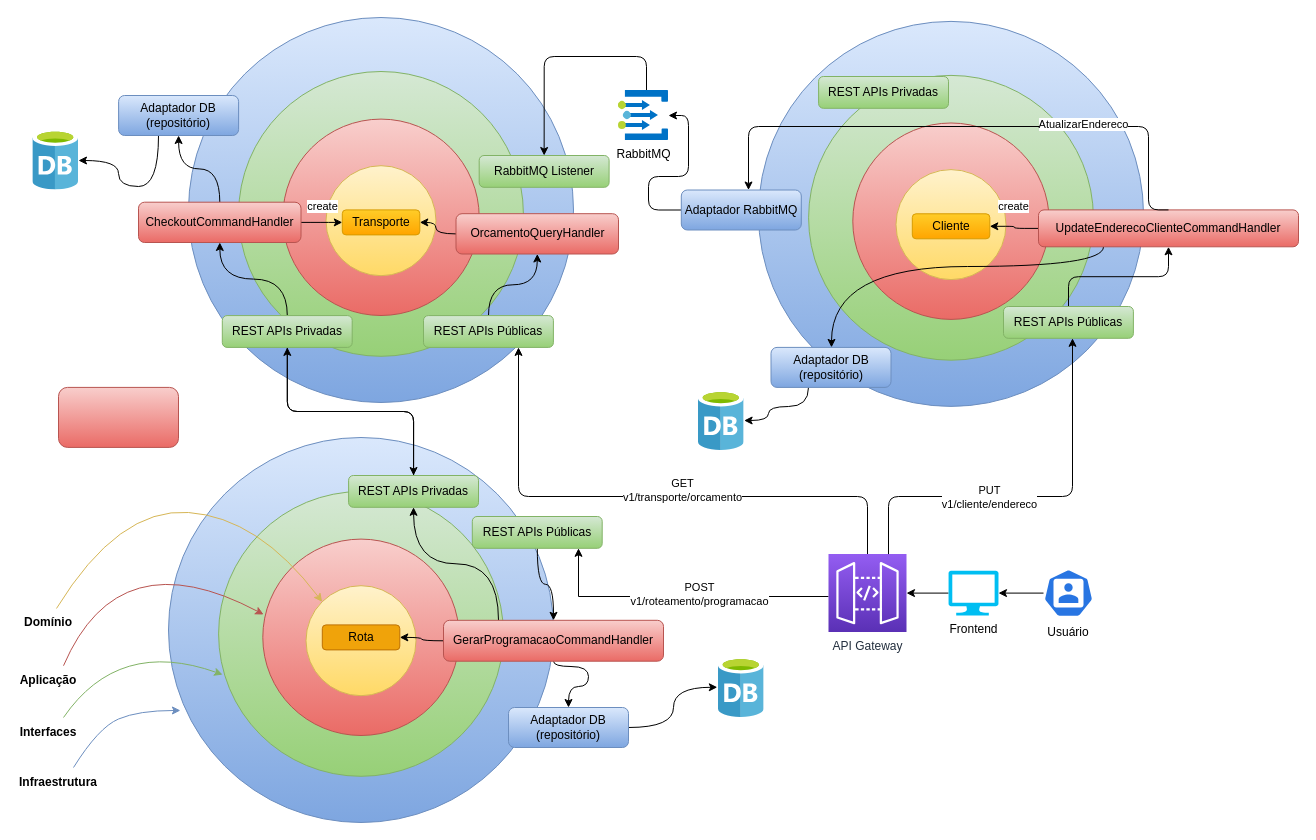
Before: Untitled Diagram.drawio in sandromendes/boaentrega, a draw.io diagram. Source tidied: cells renumbered, new cells numbered last; positions are measured from the earlier drawing's top-left corner, leaving out a move shared by most shapes. Both pictures are drawn from the tidied source at 100%, with x=0, y=0 at pixel (18, 17).
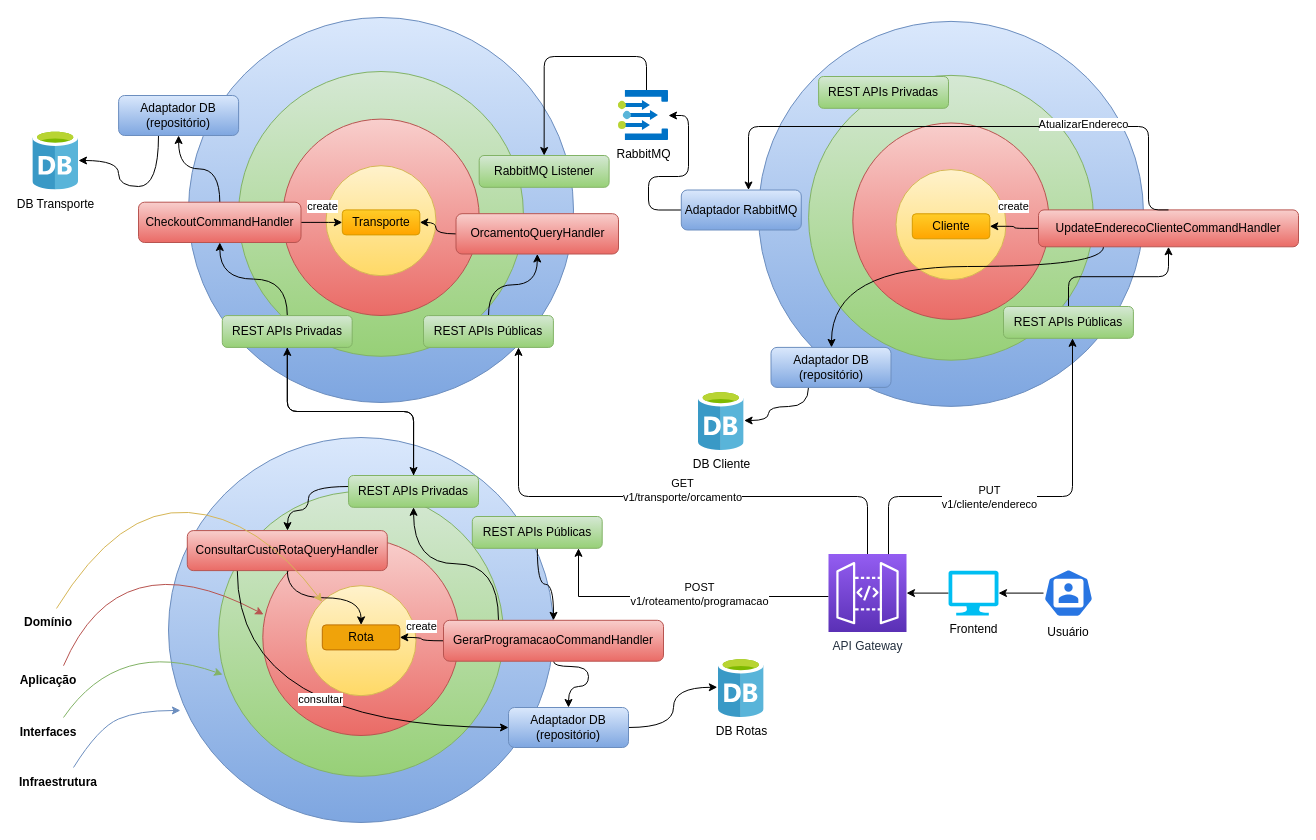
Above is the later version.

Unchanged cells that the change refers to:
```xml
<mxCell id="9" style="ellipse;whiteSpace=wrap;html=1;fillColor=#fff2cc;strokeColor=#d6b656;gradientColor=#ffd966;" parent="1" vertex="1">
  <mxGeometry x="287.5" y="568.2" width="110" height="110" as="geometry" />
</mxCell>
<mxCell id="11" value="REST APIs Privadas" style="rounded=1;whiteSpace=wrap;html=1;fillColor=#d5e8d4;strokeColor=#82b366;gradientColor=#97d077;" parent="1" vertex="1">
  <mxGeometry x="330.1" y="458" width="129.9" height="31.8" as="geometry" />
</mxCell>
<mxCell id="20" value="Adaptador DB&lt;br&gt;(repositório)" style="rounded=1;whiteSpace=wrap;html=1;fillColor=#dae8fc;strokeColor=#6c8ebf;gradientColor=#7ea6e0;" parent="1" vertex="1">
  <mxGeometry x="490" y="690" width="120" height="40" as="geometry" />
</mxCell>
<mxCell id="21" value="Rota" style="rounded=1;whiteSpace=wrap;html=1;fillColor=#f0a30a;strokeColor=#BD7000;fontColor=#000000;" parent="1" vertex="1">
  <mxGeometry x="303.8" y="607.4" width="77.5" height="25" as="geometry" />
</mxCell>
<mxCell id="23" value="Domínio" style="text;html=1;strokeColor=none;fillColor=none;align=center;verticalAlign=middle;whiteSpace=wrap;rounded=0;fontStyle=1;" parent="1" vertex="1">
  <mxGeometry y="590" width="60" height="30" as="geometry" />
</mxCell>
<mxCell id="78" value="GerarProgramacaoCommandHandler" style="rounded=1;whiteSpace=wrap;html=1;fillColor=#f8cecc;gradientColor=#ea6b66;strokeColor=#b85450;" parent="1" vertex="1">
  <mxGeometry x="425" y="602.8" width="220" height="40.9" as="geometry" />
</mxCell>
```

What changed in the source:
```diff
@@
+    <mxCell id="79" style="edgeStyle=orthogonalEdgeStyle;curved=1;jettySize=auto;html=1;" parent="1" edge="1" source="11" target="74">
+      <mxGeometry relative="1" as="geometry">
+        <Array as="points">
+          <mxPoint x="290" y="469" />
+          <mxPoint x="290" y="493" />
+          <mxPoint x="269" y="493" />
+        </Array>
+      </mxGeometry>
+    </mxCell>
@@
-    <mxCell id="28" style="curved=1;endArrow=classic;html=1;rounded=0;exitX=0.633;exitY=0.033;exitDx=0;exitDy=0;entryX=0;entryY=0;entryDx=0;entryDy=0;exitPerimeter=0;fillColor=#fff2cc;strokeColor=#d6b656;gradientColor=#ffd966;" parent="1" edge="1" source="23" target="9">
-      <mxGeometry relative="1" as="geometry">
-        <Array as="points">
-          <mxPoint x="100" y="490" />
-          <mxPoint x="240" y="500" />
-        </Array>
-      </mxGeometry>
-    </mxCell>
@@
-    <mxCell id="30" style="sketch=0;html=1;points=[];align=center;image;fontSize=12;image=img/lib/mscae/Database_General.svg;" parent="1" vertex="1">
+    <mxCell id="30" value="DB Rotas" style="sketch=0;html=1;points=[];align=center;image;fontSize=12;image=img/lib/mscae/Database_General.svg;" parent="1" vertex="1">
       <mxGeometry x="700" y="640" width="45.6" height="60" as="geometry" />
     </mxCell>
@@
-    <mxCell id="56" style="sketch=0;html=1;points=[];align=center;image;fontSize=12;image=img/lib/mscae/Database_General.svg;" parent="1" vertex="1">
+    <mxCell id="56" value="DB Transporte" style="sketch=0;html=1;points=[];align=center;image;fontSize=12;image=img/lib/mscae/Database_General.svg;" parent="1" vertex="1">
       <mxGeometry x="14.4" y="112.5" width="45.6" height="60" as="geometry" />
     </mxCell>
-    <mxCell id="57" style="sketch=0;html=1;points=[];align=center;image;fontSize=12;image=img/lib/mscae/Database_General.svg;" parent="1" vertex="1">
+    <mxCell id="57" value="DB Cliente" style="sketch=0;html=1;points=[];align=center;image;fontSize=12;image=img/lib/mscae/Database_General.svg;" parent="1" vertex="1">
       <mxGeometry x="680" y="373" width="45.6" height="60" as="geometry" />
     </mxCell>
@@
+    <mxCell id="80" style="edgeStyle=orthogonalEdgeStyle;curved=1;jettySize=auto;html=1;" parent="1" edge="1" source="74" target="21">
+      <mxGeometry relative="1" as="geometry" />
+    </mxCell>
+    <mxCell id="81" style="edgeStyle=orthogonalEdgeStyle;curved=1;jettySize=auto;html=1;exitX=0.25;exitY=1;exitDx=0;exitDy=0;entryX=0;entryY=0.5;entryDx=0;entryDy=0;" parent="1" edge="1" source="74" target="20">
+      <mxGeometry relative="1" as="geometry" />
+    </mxCell>
+    <mxCell id="82" value="consultar" style="edgeLabel;html=1;align=center;verticalAlign=middle;" parent="81" vertex="1">
+      <mxGeometry x="0.12" y="29" relative="1" as="geometry" />
+    </mxCell>
-    <mxCell id="74" style="rounded=1;whiteSpace=wrap;html=1;fillColor=#f8cecc;gradientColor=#ea6b66;strokeColor=#b85450;" parent="1" vertex="1">
-      <mxGeometry x="40" y="369.9" width="120" height="60" as="geometry" />
+    <mxCell id="74" value="ConsultarCustoRotaQueryHandler" style="rounded=1;whiteSpace=wrap;html=1;fillColor=#f8cecc;gradientColor=#ea6b66;strokeColor=#b85450;" parent="1" vertex="1">
+      <mxGeometry x="168.8" y="513.1" width="200" height="40" as="geometry" />
     </mxCell>
-    <mxCell id="75" style="edgeStyle=orthogonalEdgeStyle;curved=1;jettySize=auto;html=1;" parent="1" edge="1" source="78" target="21">
-      <mxGeometry relative="1" as="geometry" />
+    <mxCell id="75" value="create" style="edgeStyle=orthogonalEdgeStyle;curved=1;jettySize=auto;html=1;" parent="1" edge="1" source="78" target="21">
+      <mxGeometry x="0.07" y="-11" relative="1" as="geometry" />
     </mxCell>
@@
+    <mxCell id="28" style="curved=1;endArrow=classic;html=1;rounded=0;exitX=0.633;exitY=0.033;exitDx=0;exitDy=0;entryX=0;entryY=0;entryDx=0;entryDy=0;exitPerimeter=0;fillColor=#fff2cc;strokeColor=#d6b656;gradientColor=#ffd966;" parent="1" edge="1" source="23" target="9">
+      <mxGeometry relative="1" as="geometry">
+        <Array as="points">
+          <mxPoint x="100" y="490" />
+          <mxPoint x="240" y="500" />
+        </Array>
+      </mxGeometry>
+    </mxCell>
```
